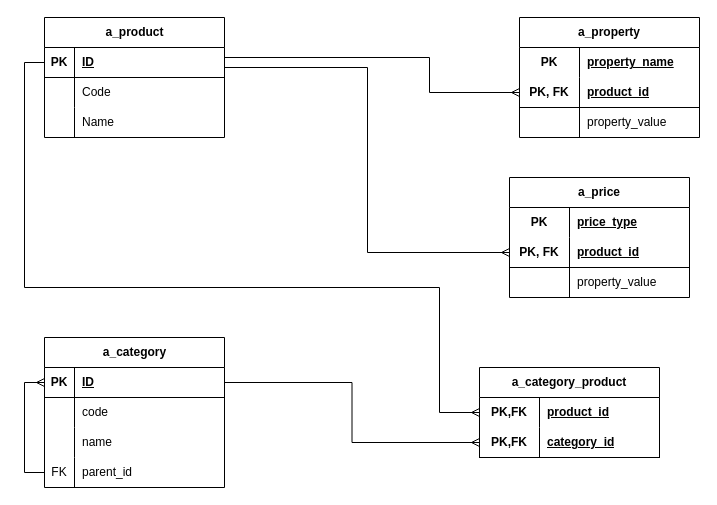
This is ER.drawio from welchiwww/tasks_samson, a draw.io file, before an edit. Source tidied: cells renumbered, new cells numbered last; positions are measured from the earlier drawing's top-left corner, leaving out a move shared by most shapes. Both pictures are drawn from the tidied source at 100%, with x=0, y=0 at pixel (24, 17).
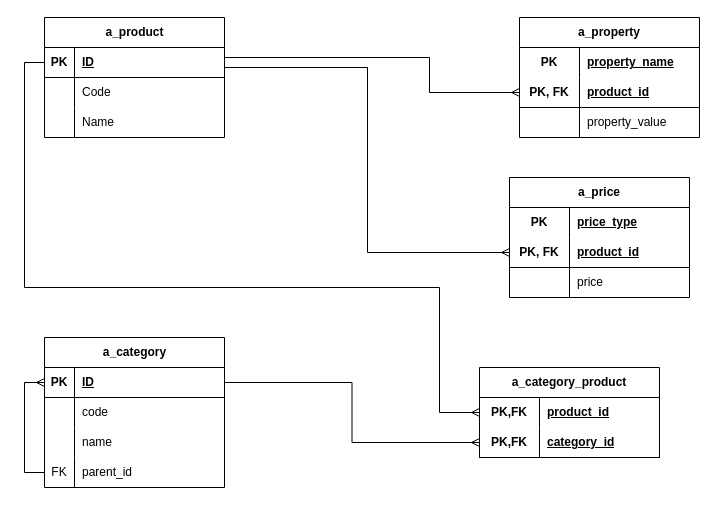
Above is the later version.

The change refers to these unchanged cells:
```xml
<mxCell id="43" style="shape=tableRow;horizontal=0;startSize=0;swimlaneHead=0;swimlaneBody=0;fillColor=none;top=0;left=0;right=0;bottom=0;html=1;" parent="36" vertex="1">
  <mxGeometry y="90" width="180" height="30" as="geometry" />
</mxCell>
```

What changed in the source:
```diff
@@
-    <mxCell id="45" value="property_value" style="shape=partialRectangle;fillColor=none;top=0;left=0;bottom=0;right=0;align=left;spacingLeft=6;overflow=hidden;html=1;whiteSpace=wrap;" parent="43" vertex="1">
+    <mxCell id="45" value="price" style="shape=partialRectangle;fillColor=none;top=0;left=0;bottom=0;right=0;align=left;spacingLeft=6;overflow=hidden;html=1;whiteSpace=wrap;" parent="43" vertex="1">
       <mxGeometry x="60" width="120" height="30" as="geometry" />
     </mxCell>
```
